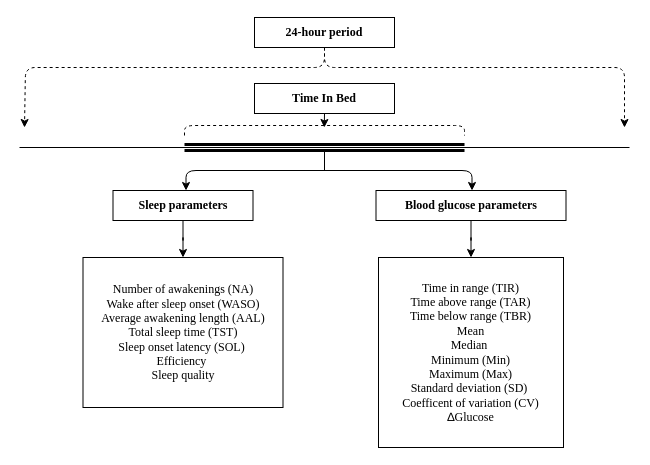
This is Plots/NightDiagram.drawio from laurateilmann/Bachelor, a draw.io file, before an edit. Source tidied: cells renumbered, new cells numbered last; positions are measured from the earlier drawing's top-left corner, leaving out a move shared by most shapes. Both pictures are drawn from the tidied source at 100%, with x=0, y=0 at pixel (19, 17).
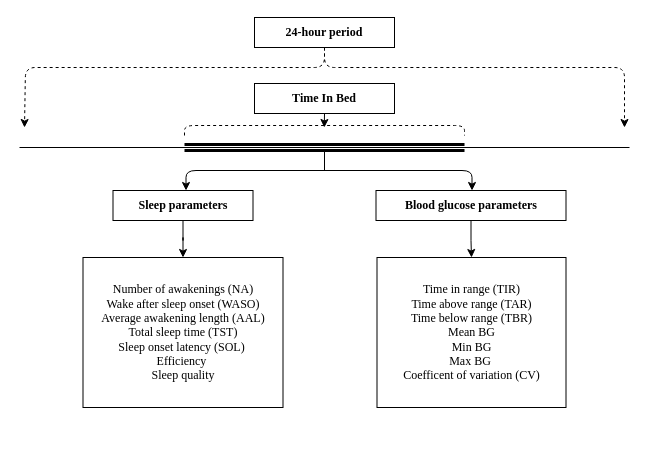
The same page after the edit.

What changed in the source:
```diff
@@
-    <mxCell id="14" value="&lt;font face=&quot;Times New Roman&quot;&gt;Time in range (TIR)&lt;br&gt;Time above range (TAR)&lt;br&gt;Time below range (TBR)&lt;br&gt;Mean&lt;br&gt;Median&amp;nbsp;&lt;br&gt;Minimum (Min)&lt;br&gt;Maximum (Max)&lt;br&gt;Standard deviation (SD)&amp;nbsp;&lt;br&gt;Coefficent of variation (CV)&lt;br&gt;&lt;/font&gt;∆&lt;font face=&quot;Times New Roman&quot;&gt;Glucose&lt;br&gt;&lt;/font&gt;" style="rounded=0;whiteSpace=wrap;html=1;" parent="1" vertex="1">
-      <mxGeometry x="359" y="240" width="185" height="190" as="geometry" />
+    <mxCell id="14" value="&lt;font face=&quot;Times New Roman&quot;&gt;Time in range (TIR)&lt;br&gt;Time above range (TAR)&lt;br&gt;Time below range (TBR)&lt;br&gt;Mean BG&lt;br&gt;Min BG&lt;br&gt;Max BG&amp;nbsp;&lt;br&gt;Coefficent of variation (CV)&lt;/font&gt;&lt;font face=&quot;Times New Roman&quot;&gt;&lt;br&gt;&lt;/font&gt;" style="rounded=0;whiteSpace=wrap;html=1;" parent="1" vertex="1">
+      <mxGeometry x="357.5" y="240" width="189" height="150" as="geometry" />
     </mxCell>
```
